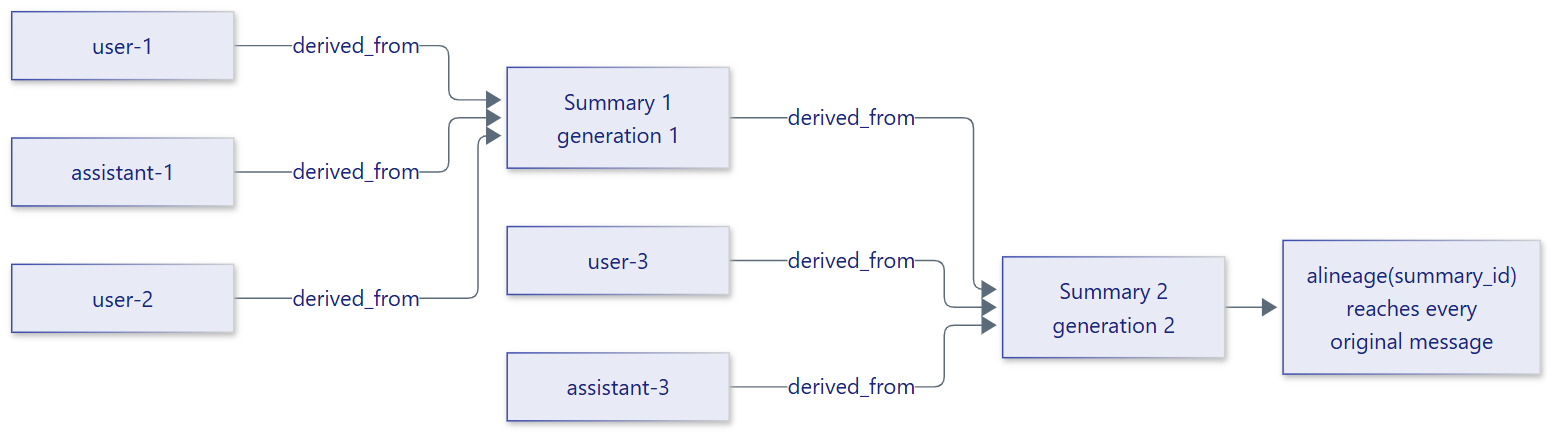
Earlier version of the Mermaid export docs/assets/diagrams/provenance.png (smuniharish/contextsage). Its source is kept beside it as diagrams/provenance.mmd. Its diagram source:
```mermaid
flowchart LR
    u1["user-1"] -- derived_from --> s1
    a1["assistant-1"] -- derived_from --> s1
    u2["user-2"] -- derived_from --> s1
    s1["Summary 1<br/>generation 1"] -- derived_from --> s2
    u3["user-3"] -- derived_from --> s2
    a3["assistant-3"] -- derived_from --> s2
    s2["Summary 2<br/>generation 2"] --> lineage["alineage(summary_id)<br/>reaches every<br/>original message"]
```
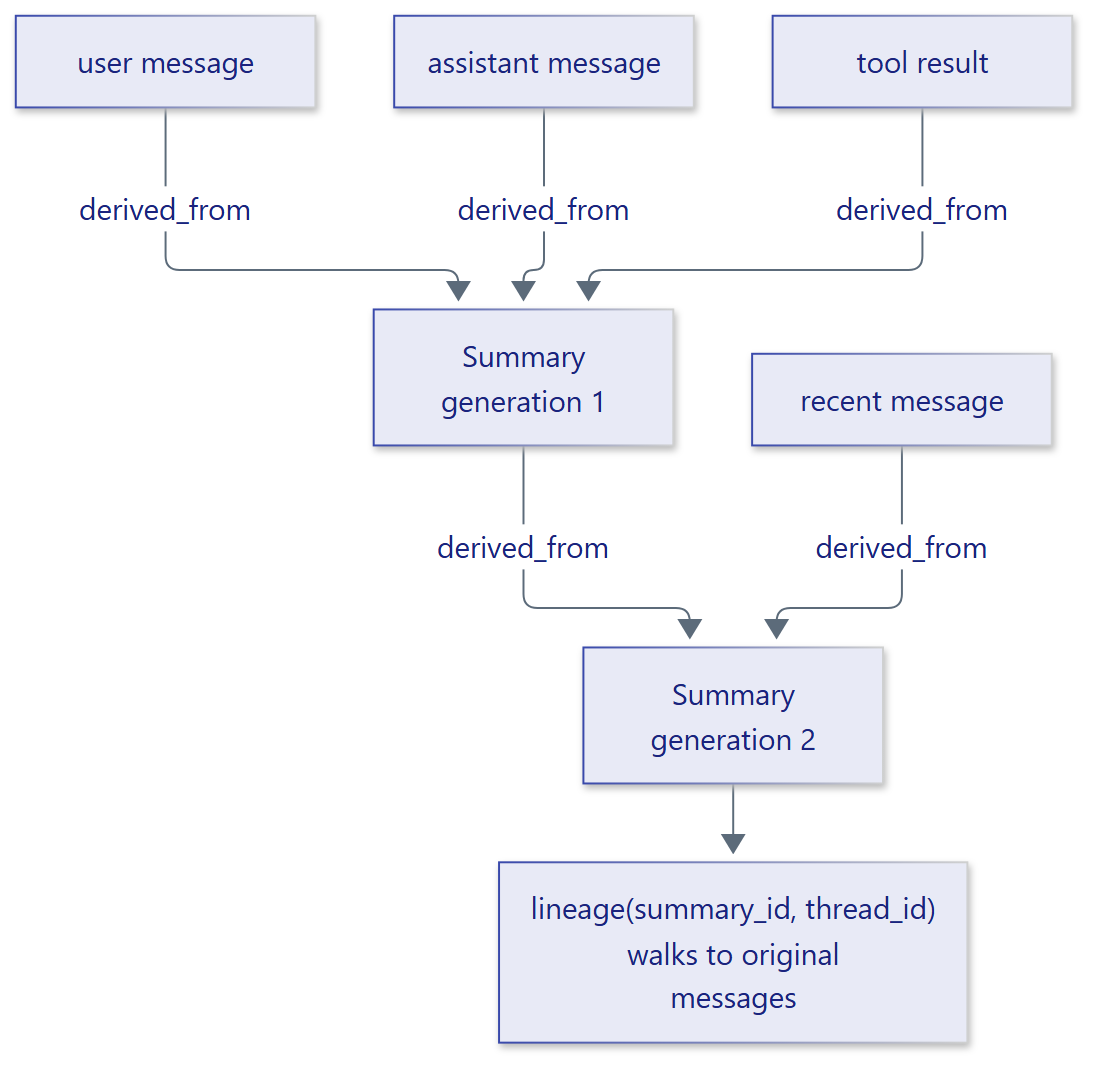
After the change.

Diff of the diagram source:
```diff
@@ -1,8 +1,7 @@
-flowchart LR
-    u1["user-1"] -- derived_from --> s1
-    a1["assistant-1"] -- derived_from --> s1
-    u2["user-2"] -- derived_from --> s1
-    s1["Summary 1<br/>generation 1"] -- derived_from --> s2
-    u3["user-3"] -- derived_from --> s2
-    a3["assistant-3"] -- derived_from --> s2
-    s2["Summary 2<br/>generation 2"] --> lineage["alineage(summary_id)<br/>reaches every<br/>original message"]
+flowchart TB
+    u1["user message"] -- derived_from --> s1
+    a1["assistant message"] -- derived_from --> s1
+    u2["tool result"] -- derived_from --> s1
+    s1["Summary<br/>generation 1"] -- derived_from --> s2
+    u3["recent message"] -- derived_from --> s2
+    s2["Summary<br/>generation 2"] --> lineage["lineage(summary_id, thread_id)<br/>walks to original<br/>messages"]
```
